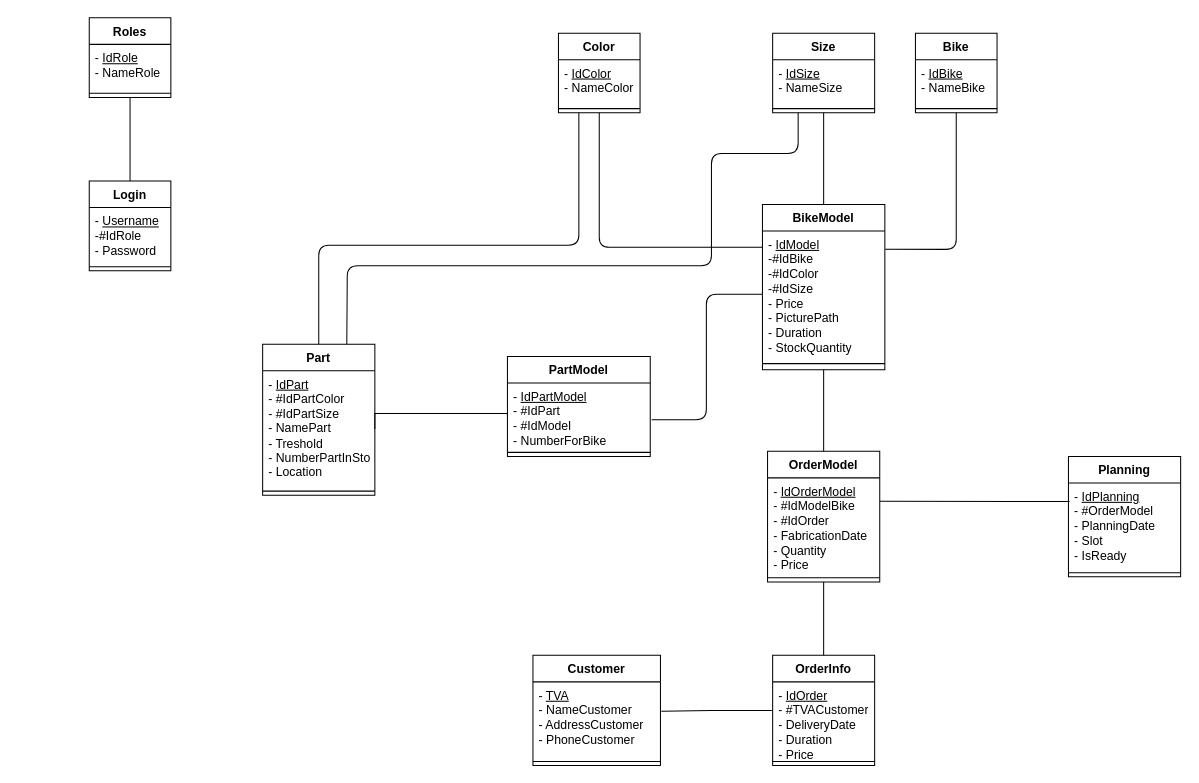
The draw.io diagram Diagrams/DatabaseDiagram.drawio in alex210501/GigaBike, before the edit. Source tidied: cells renumbered, new cells numbered last; positions are measured from the earlier drawing's top-left corner, leaving out a move shared by most shapes. Both pictures are drawn from the tidied source at 102%, with x=0, y=0 at pixel (89, 17).
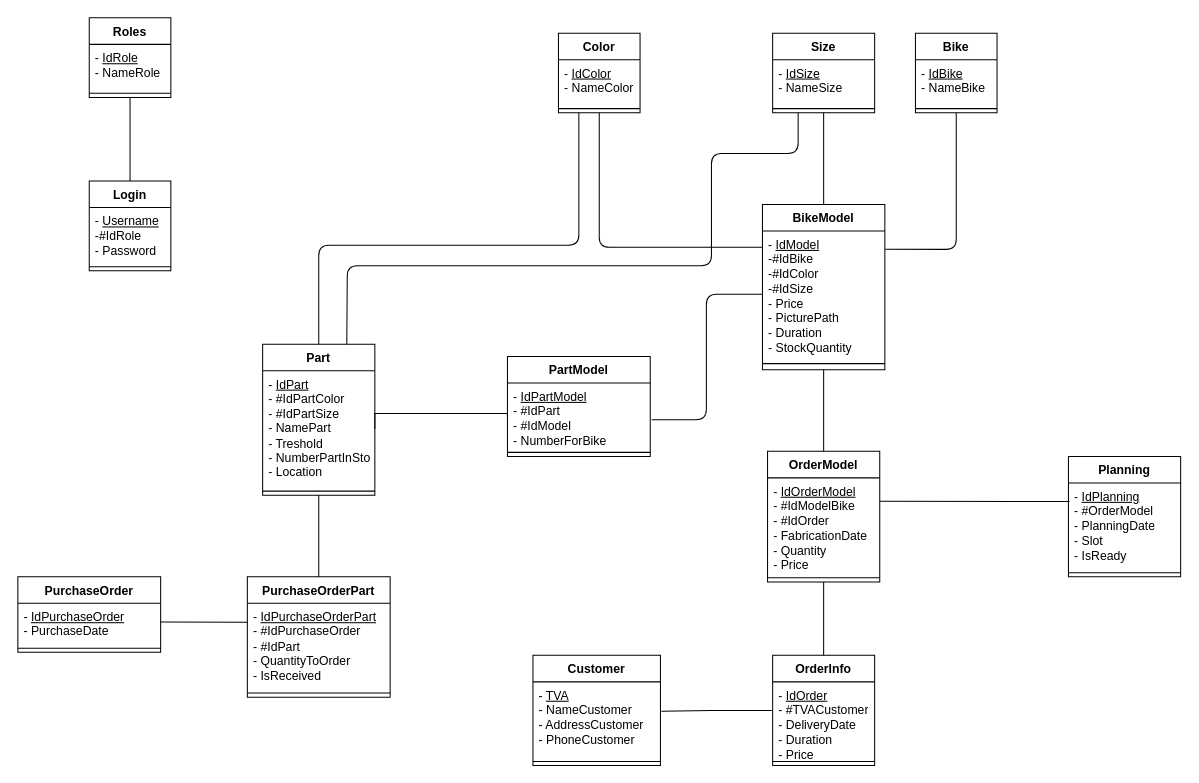
Above is the later version.

Commit message (it also covers changes not shown here):
Add PurchaseOrder and PurchaseOrderPart to the DataBase diagram

Unchanged cells that the change refers to:
```xml
<mxCell id="14" value="Part" style="swimlane;fontStyle=1;align=center;verticalAlign=top;horizontal=1;startSize=26;" parent="1" vertex="1">
  <mxGeometry x="170" y="320" width="110" height="148" as="geometry" />
</mxCell>
```

Diff of the diagram source:
```diff
@@
+    <mxCell id="50" value="PurchaseOrder" style="swimlane;fontStyle=1;align=center;verticalAlign=top;horizontal=1;startSize=26;" parent="1" vertex="1">
+      <mxGeometry x="-70" y="548" width="140" height="74" as="geometry" />
+    </mxCell>
+    <mxCell id="51" value="- &lt;u&gt;IdPurchaseOrder&lt;/u&gt;&lt;br&gt;- PurchaseDate" style="text;strokeColor=none;fillColor=none;align=left;verticalAlign=top;spacingLeft=4;spacingRight=4;overflow=hidden;points=[[0,0.5],[1,0.5]];portConstraint=eastwest;fontStyle=0;html=1;" parent="50" vertex="1">
+      <mxGeometry y="26" width="140" height="40" as="geometry" />
+    </mxCell>
+    <mxCell id="52" style="line;strokeWidth=1;fillColor=none;align=left;verticalAlign=middle;spacingTop=-1;spacingLeft=3;spacingRight=3;labelPosition=right;" parent="50" vertex="1">
+      <mxGeometry y="66" width="140" height="8" as="geometry" />
+    </mxCell>
+    <mxCell id="53" value="PurchaseOrderPart" style="swimlane;fontStyle=1;align=center;verticalAlign=top;horizontal=1;startSize=26;" parent="1" vertex="1">
+      <mxGeometry x="155" y="548" width="140" height="118" as="geometry" />
+    </mxCell>
+    <mxCell id="54" value="- &lt;u&gt;IdPurchaseOrderPart&lt;/u&gt;&lt;br&gt;- #IdPurchaseOrder&lt;br&gt;- #IdPart&lt;br&gt;- QuantityToOrder&lt;br&gt;- IsReceived" style="text;strokeColor=none;fillColor=none;align=left;verticalAlign=top;spacingLeft=4;spacingRight=4;overflow=hidden;points=[[0,0.5],[1,0.5]];portConstraint=eastwest;fontStyle=0;html=1;" parent="53" vertex="1">
+      <mxGeometry y="26" width="140" height="84" as="geometry" />
+    </mxCell>
+    <mxCell id="55" style="line;strokeWidth=1;fillColor=none;align=left;verticalAlign=middle;spacingTop=-1;spacingLeft=3;spacingRight=3;labelPosition=right;" parent="53" vertex="1">
+      <mxGeometry y="110" width="140" height="8" as="geometry" />
+    </mxCell>
+    <mxCell id="56" style="endArrow=none;html=1;exitX=0.5;exitY=0;exitDx=0;exitDy=0;entryX=0.5;entryY=1;entryDx=0;entryDy=0;" parent="1" edge="1" source="53" target="14">
+      <mxGeometry relative="1" as="geometry" />
+    </mxCell>
+    <mxCell id="57" style="endArrow=none;html=1;exitX=1.002;exitY=0.46;exitDx=0;exitDy=0;entryX=-0.001;entryY=0.22;entryDx=0;entryDy=0;entryPerimeter=0;exitPerimeter=0;" parent="1" edge="1" source="51" target="54">
+      <mxGeometry relative="1" as="geometry" />
+    </mxCell>
```
